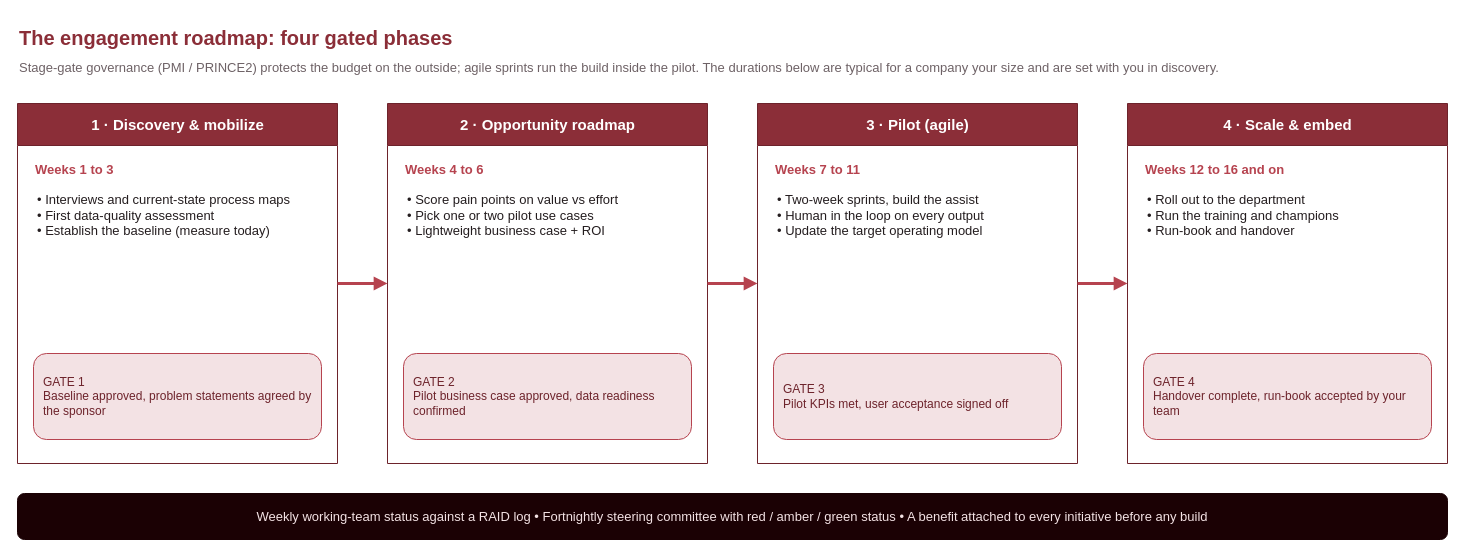
Earlier version of the draw.io diagram diagrams/1-roadmap.drawio (ademczuk/top-spirit-delivery). Source tidied: cells renumbered, new cells numbered last; positions are measured from the earlier drawing's top-left corner, leaving out a move shared by most shapes. Both pictures are drawn from the tidied source at 100%, with x=0, y=0 at pixel (17, 17).
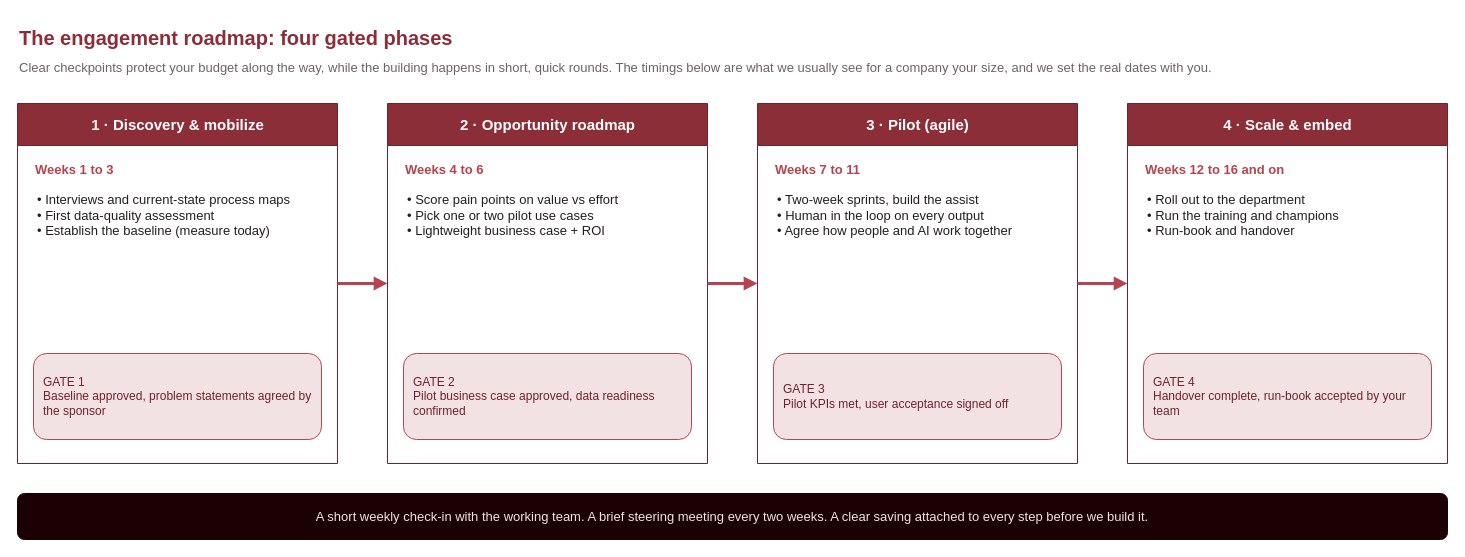
Above is the later version.

The change refers to these unchanged cells:
```xml
<mxCell id="12" value="3 · Pilot (agile)" style="swimlane;html=1;startSize=42;fillColor=#8b2e38;swimlaneFillColor=#ffffff;strokeColor=#6d232b;fontColor=#ffffff;fontSize=15;fontStyle=1;align=center;" parent="1" vertex="1">
  <mxGeometry x="740" y="86" width="320" height="360" as="geometry" />
</mxCell>
```

What changed in the source:
```diff
@@
-    <mxCell id="3" value="Stage-gate governance (PMI / PRINCE2) protects the budget on the outside; agile sprints run the build inside the pilot. The durations below are typical for a company your size and are set with you in discovery." style="text;html=1;align=left;verticalAlign=middle;fontColor=#6e6266;fontSize=13;" parent="1" vertex="1">
+    <mxCell id="3" value="Clear checkpoints protect your budget along the way, while the building happens in short, quick rounds. The timings below are what we usually see for a company your size, and we set the real dates with you." style="text;html=1;align=left;verticalAlign=middle;fontColor=#6e6266;fontSize=13;" parent="1" vertex="1">
       <mxGeometry y="38" width="1420" height="24" as="geometry" />
     </mxCell>
@@
-    <mxCell id="14" value="• Two-week sprints, build the assist&#10;• Human in the loop on every output&#10;• Update the target operating model" style="text;html=1;align=left;verticalAlign=top;fontColor=#241d1f;fontSize=13;spacingLeft=2;" parent="12" vertex="1">
+    <mxCell id="14" value="• Two-week sprints, build the assist&#10;• Human in the loop on every output&#10;• Agree how people and AI work together" style="text;html=1;align=left;verticalAlign=top;fontColor=#241d1f;fontSize=13;spacingLeft=2;" parent="12" vertex="1">
       <mxGeometry x="16" y="82" width="288" height="150" as="geometry" />
     </mxCell>
@@
-    <mxCell id="23" value="Weekly working-team status against a RAID log  •  Fortnightly steering committee with red / amber / green status  •  A benefit attached to every initiative before any build" style="rounded=1;html=1;whiteSpace=wrap;fillColor=#1b0104;strokeColor=#1b0104;fontColor=#f3e2e4;fontSize=13;align=center;verticalAlign=middle;" parent="1" vertex="1">
+    <mxCell id="23" value="A short weekly check-in with the working team.  A brief steering meeting every two weeks.  A clear saving attached to every step before we build it." style="rounded=1;html=1;whiteSpace=wrap;fillColor=#1b0104;strokeColor=#1b0104;fontColor=#f3e2e4;fontSize=13;align=center;verticalAlign=middle;" parent="1" vertex="1">
       <mxGeometry y="476" width="1430" height="46" as="geometry" />
     </mxCell>
```
